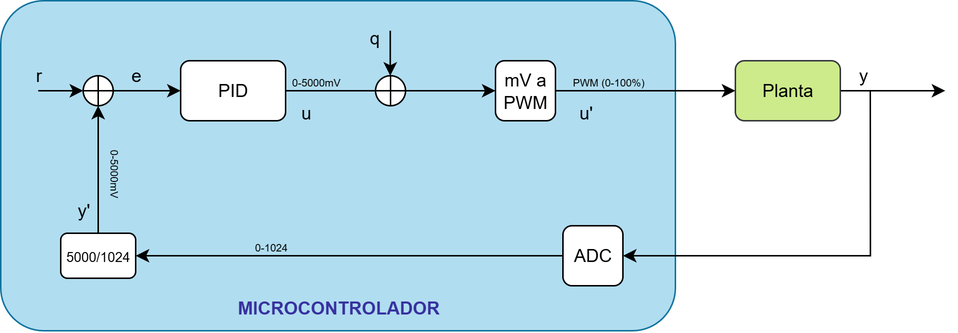
Earlier version of the draw.io export Informe/Esquema codigo.drawio.png (supernach00/TA2-Control-III). Source tidied: cells renumbered, new cells last; positions are measured from the earlier drawing's top-left corner, leaving out a move shared by most shapes. The source it was exported from:
```xml
<mxGraphModel>
  <root>
    <mxCell id="0" />
    <mxCell id="1" parent="0" />
    <mxCell id="2" style="rounded=1;whiteSpace=wrap;html=1;labelBackgroundColor=default;fillColor=#b1ddf0;strokeColor=#10739e;gradientColor=none;fillStyle=auto;arcSize=13;" parent="1" vertex="1">
      <mxGeometry width="450" height="220" as="geometry" />
    </mxCell>
    <mxCell id="3" style="edgeStyle=orthogonalEdgeStyle;rounded=0;jettySize=auto;html=1;" parent="1" edge="1" source="4">
      <mxGeometry relative="1" as="geometry">
        <mxPoint x="630" y="60" as="targetPoint" />
      </mxGeometry>
    </mxCell>
    <mxCell id="4" value="Planta" style="rounded=1;whiteSpace=wrap;html=1;fontSize=12;glass=0;strokeWidth=1;shadow=0;fillColor=#cdeb8b;strokeColor=#36393d;" parent="1" vertex="1">
      <mxGeometry x="490" y="40" width="70" height="40" as="geometry" />
    </mxCell>
    <mxCell id="5" value="ADC" style="rounded=1;whiteSpace=wrap;html=1;fontSize=12;glass=0;strokeWidth=1;shadow=0;" parent="1" vertex="1">
      <mxGeometry x="375" y="150" width="40" height="40" as="geometry" />
    </mxCell>
    <mxCell id="6" value="&lt;font style=&quot;font-size: 9px;&quot;&gt;5000/1024&lt;/font&gt;" style="rounded=1;whiteSpace=wrap;html=1;fontSize=12;glass=0;strokeWidth=1;shadow=0;" parent="1" vertex="1">
      <mxGeometry x="40" y="155" width="50" height="30" as="geometry" />
    </mxCell>
    <mxCell id="7" value="&lt;font&gt;0-1024&lt;/font&gt;" style="text;html=1;align=center;verticalAlign=middle;strokeColor=none;fillColor=none;fontSize=7;" parent="1" vertex="1">
      <mxGeometry x="155" y="155" width="50" height="20" as="geometry" />
    </mxCell>
    <mxCell id="8" style="endArrow=classic;html=1;rounded=0;exitX=0;exitY=0.5;exitDx=0;exitDy=0;entryX=1;entryY=0.5;entryDx=0;entryDy=0;" parent="1" edge="1" source="5" target="6">
      <mxGeometry relative="1" as="geometry" />
    </mxCell>
    <mxCell id="9" value="PID" style="rounded=1;whiteSpace=wrap;html=1;fontSize=12;glass=0;strokeWidth=1;shadow=0;" parent="1" vertex="1">
      <mxGeometry x="120" y="40" width="70" height="40" as="geometry" />
    </mxCell>
    <mxCell id="10" value="&lt;font&gt;u&amp;nbsp;&lt;/font&gt;" style="text;html=1;align=center;verticalAlign=middle;strokeColor=none;fillColor=none;fontSize=12;" parent="1" vertex="1">
      <mxGeometry x="190" y="60" width="30" height="30" as="geometry" />
    </mxCell>
    <mxCell id="11" value="&lt;font&gt;y&lt;/font&gt;" style="text;html=1;align=center;verticalAlign=middle;strokeColor=none;fillColor=none;fontSize=12;" parent="1" vertex="1">
      <mxGeometry x="560" y="35" width="30" height="30" as="geometry" />
    </mxCell>
    <mxCell id="12" style="endArrow=classic;html=1;rounded=0;entryX=0;entryY=0.5;entryDx=0;entryDy=0;" parent="1" edge="1">
      <mxGeometry relative="1" as="geometry">
        <mxPoint x="25" y="60" as="sourcePoint" />
        <mxPoint x="55" y="60" as="targetPoint" />
      </mxGeometry>
    </mxCell>
    <mxCell id="13" value="&lt;font&gt;r&lt;/font&gt;" style="text;html=1;align=center;verticalAlign=middle;strokeColor=none;fillColor=none;fontSize=12;" parent="1" vertex="1">
      <mxGeometry x="10" y="35" width="30" height="30" as="geometry" />
    </mxCell>
    <mxCell id="14" value="MICROCONTROLADOR" style="text;html=1;align=center;verticalAlign=middle;strokeColor=none;fillColor=none;fontColor=light-dark(#3731a0, #bdb2ff);fontStyle=1;" parent="1" vertex="1">
      <mxGeometry x="145" y="190" width="160" height="30" as="geometry" />
    </mxCell>
    <mxCell id="15" style="edgeStyle=orthogonalEdgeStyle;rounded=0;jettySize=auto;html=1;entryX=1;entryY=0.5;entryDx=0;entryDy=0;" parent="1" edge="1" target="5">
      <mxGeometry relative="1" as="geometry">
        <mxPoint x="580" y="60" as="sourcePoint" />
        <Array as="points">
          <mxPoint x="580" y="170" />
        </Array>
      </mxGeometry>
    </mxCell>
    <mxCell id="16" value="&lt;font&gt;0-5000mV&lt;/font&gt;" style="text;html=1;align=center;verticalAlign=middle;strokeColor=none;fillColor=none;fontSize=7;rotation=90;" parent="1" vertex="1">
      <mxGeometry x="45" y="105" width="60" height="20" as="geometry" />
    </mxCell>
    <mxCell id="17" value="&lt;font&gt;y'&lt;/font&gt;" style="text;html=1;align=center;verticalAlign=middle;strokeColor=none;fillColor=none;fontSize=12;" parent="1" vertex="1">
      <mxGeometry x="40" y="125" width="30" height="30" as="geometry" />
    </mxCell>
    <mxCell id="18" value="mV a PWM" style="rounded=1;whiteSpace=wrap;html=1;fontSize=12;glass=0;strokeWidth=1;shadow=0;" parent="1" vertex="1">
      <mxGeometry x="330" y="40" width="40" height="40" as="geometry" />
    </mxCell>
    <mxCell id="19" style="endArrow=classic;html=1;rounded=0;exitX=1;exitY=0.5;exitDx=0;exitDy=0;entryX=0;entryY=0.5;entryDx=0;entryDy=0;" parent="1" edge="1" source="9" target="18">
      <mxGeometry relative="1" as="geometry" />
    </mxCell>
    <mxCell id="20" value="&lt;font&gt;0-5000mV&lt;/font&gt;" style="text;html=1;align=center;verticalAlign=middle;strokeColor=none;fillColor=none;fontSize=7;rotation=0;" parent="1" vertex="1">
      <mxGeometry x="180" y="45" width="60" height="20" as="geometry" />
    </mxCell>
    <mxCell id="21" style="endArrow=classic;html=1;rounded=0;exitX=1;exitY=0.5;exitDx=0;exitDy=0;entryX=0;entryY=0.5;entryDx=0;entryDy=0;" parent="1" edge="1" source="18" target="4">
      <mxGeometry relative="1" as="geometry" />
    </mxCell>
    <mxCell id="22" value="&lt;font&gt;PWM (0-100%)&lt;/font&gt;" style="text;html=1;align=center;verticalAlign=middle;strokeColor=none;fillColor=none;fontSize=7;rotation=0;" parent="1" vertex="1">
      <mxGeometry x="370" y="45" width="70" height="20" as="geometry" />
    </mxCell>
    <mxCell id="23" value="&lt;font&gt;u'&lt;/font&gt;" style="text;html=1;align=center;verticalAlign=middle;strokeColor=none;fillColor=none;fontSize=12;" parent="1" vertex="1">
      <mxGeometry x="375" y="60" width="30" height="30" as="geometry" />
    </mxCell>
    <mxCell id="24" style="shape=orEllipse;perimeter=ellipsePerimeter;whiteSpace=wrap;html=1;backgroundOutline=1;" parent="1" vertex="1">
      <mxGeometry x="55" y="50" width="20" height="20" as="geometry" />
    </mxCell>
    <mxCell id="25" style="endArrow=classic;html=1;rounded=0;entryX=0.5;entryY=1;entryDx=0;entryDy=0;exitX=0.5;exitY=0;exitDx=0;exitDy=0;" parent="1" edge="1" source="6" target="24">
      <mxGeometry relative="1" as="geometry" />
    </mxCell>
    <mxCell id="26" style="endArrow=classic;html=1;rounded=0;exitX=1;exitY=0.5;exitDx=0;exitDy=0;entryX=0;entryY=0.5;entryDx=0;entryDy=0;" parent="1" edge="1" source="24" target="9">
      <mxGeometry relative="1" as="geometry" />
    </mxCell>
    <mxCell id="27" value="&lt;font&gt;e&lt;/font&gt;" style="text;html=1;align=center;verticalAlign=middle;strokeColor=none;fillColor=none;fontSize=12;" parent="1" vertex="1">
      <mxGeometry x="75" y="35" width="30" height="30" as="geometry" />
    </mxCell>
    <mxCell id="28" style="endArrow=classic;html=1;rounded=0;entryX=0.5;entryY=0;entryDx=0;entryDy=0;" parent="1" edge="1">
      <mxGeometry relative="1" as="geometry">
        <mxPoint x="259.8" y="20" as="sourcePoint" />
        <mxPoint x="259.8" y="50" as="targetPoint" />
      </mxGeometry>
    </mxCell>
    <mxCell id="29" value="&lt;font&gt;q&lt;/font&gt;" style="text;html=1;align=center;verticalAlign=middle;strokeColor=none;fillColor=none;fontSize=12;" parent="1" vertex="1">
      <mxGeometry x="234" y="10" width="30" height="30" as="geometry" />
    </mxCell>
    <mxCell id="30" style="shape=orEllipse;perimeter=ellipsePerimeter;whiteSpace=wrap;html=1;backgroundOutline=1;" parent="1" vertex="1">
      <mxGeometry x="250" y="50" width="20" height="20" as="geometry" />
    </mxCell>
  </root>
</mxGraphModel>
```
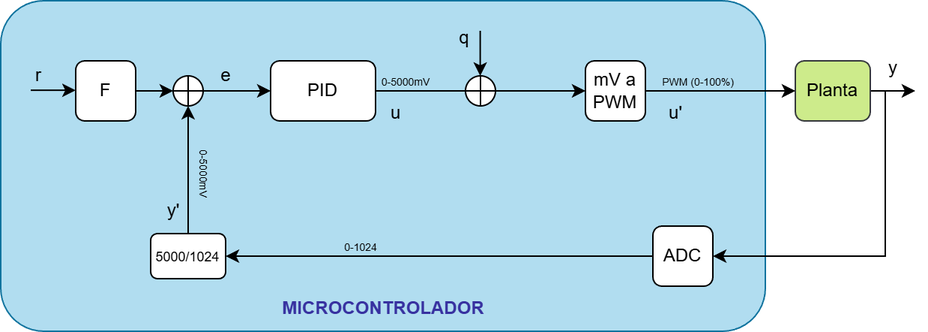
Above is the later version.

What changed in the source:
```diff
@@ -1,106 +1,116 @@
 <mxGraphModel>
   <root>
-    <mxCell id="0" />
-    <mxCell id="1" parent="0" />
-    <mxCell id="2" style="rounded=1;whiteSpace=wrap;html=1;labelBackgroundColor=default;fillColor=#b1ddf0;strokeColor=#10739e;gradientColor=none;fillStyle=auto;arcSize=13;" parent="1" vertex="1">
-      <mxGeometry width="450" height="220" as="geometry" />
-    </mxCell>
-    <mxCell id="3" style="edgeStyle=orthogonalEdgeStyle;rounded=0;jettySize=auto;html=1;" parent="1" edge="1" source="4">
-      <mxGeometry relative="1" as="geometry">
-        <mxPoint x="630" y="60" as="targetPoint" />
-      </mxGeometry>
-    </mxCell>
+    <mxCell id="31" />
+    <mxCell id="32" parent="31" />
+    <mxCell id="33" style="rounded=1;whiteSpace=wrap;html=1;labelBackgroundColor=default;fillColor=#b1ddf0;strokeColor=#10739e;gradientColor=none;fillStyle=auto;arcSize=13;" parent="32" vertex="1">
+      <mxGeometry x="-60" width="510" height="220" as="geometry" />
+    </mxCell>
+    <mxCell id="34" style="edgeStyle=orthogonalEdgeStyle;rounded=0;jettySize=auto;html=1;" parent="32" edge="1" source="4">
+      <mxGeometry relative="1" as="geometry">
+        <mxPoint x="550" y="60" as="targetPoint" />
+      </mxGeometry>
+    </mxCell>
-    <mxCell id="4" value="Planta" style="rounded=1;whiteSpace=wrap;html=1;fontSize=12;glass=0;strokeWidth=1;shadow=0;fillColor=#cdeb8b;strokeColor=#36393d;" parent="1" vertex="1">
-      <mxGeometry x="490" y="40" width="70" height="40" as="geometry" />
+    <mxCell id="4" value="Planta" style="rounded=1;whiteSpace=wrap;html=1;fontSize=12;glass=0;strokeWidth=1;shadow=0;fillColor=#cdeb8b;strokeColor=#36393d;" parent="32" vertex="1">
+      <mxGeometry x="470" y="40" width="50" height="40" as="geometry" />
     </mxCell>
-    <mxCell id="5" value="ADC" style="rounded=1;whiteSpace=wrap;html=1;fontSize=12;glass=0;strokeWidth=1;shadow=0;" parent="1" vertex="1">
+    <mxCell id="5" value="ADC" style="rounded=1;whiteSpace=wrap;html=1;fontSize=12;glass=0;strokeWidth=1;shadow=0;" parent="32" vertex="1">
       <mxGeometry x="375" y="150" width="40" height="40" as="geometry" />
     </mxCell>
-    <mxCell id="6" value="&lt;font style=&quot;font-size: 9px;&quot;&gt;5000/1024&lt;/font&gt;" style="rounded=1;whiteSpace=wrap;html=1;fontSize=12;glass=0;strokeWidth=1;shadow=0;" parent="1" vertex="1">
+    <mxCell id="6" value="&lt;font style=&quot;font-size: 9px;&quot;&gt;5000/1024&lt;/font&gt;" style="rounded=1;whiteSpace=wrap;html=1;fontSize=12;glass=0;strokeWidth=1;shadow=0;" parent="32" vertex="1">
       <mxGeometry x="40" y="155" width="50" height="30" as="geometry" />
     </mxCell>
-    <mxCell id="7" value="&lt;font&gt;0-1024&lt;/font&gt;" style="text;html=1;align=center;verticalAlign=middle;strokeColor=none;fillColor=none;fontSize=7;" parent="1" vertex="1">
+    <mxCell id="7" value="&lt;font&gt;0-1024&lt;/font&gt;" style="text;html=1;align=center;verticalAlign=middle;strokeColor=none;fillColor=none;fontSize=7;" parent="32" vertex="1">
       <mxGeometry x="155" y="155" width="50" height="20" as="geometry" />
     </mxCell>
-    <mxCell id="8" style="endArrow=classic;html=1;rounded=0;exitX=0;exitY=0.5;exitDx=0;exitDy=0;entryX=1;entryY=0.5;entryDx=0;entryDy=0;" parent="1" edge="1" source="5" target="6">
+    <mxCell id="8" style="endArrow=classic;html=1;rounded=0;exitX=0;exitY=0.5;exitDx=0;exitDy=0;entryX=1;entryY=0.5;entryDx=0;entryDy=0;" parent="32" edge="1" source="5" target="6">
       <mxGeometry relative="1" as="geometry" />
     </mxCell>
-    <mxCell id="9" value="PID" style="rounded=1;whiteSpace=wrap;html=1;fontSize=12;glass=0;strokeWidth=1;shadow=0;" parent="1" vertex="1">
+    <mxCell id="9" value="PID" style="rounded=1;whiteSpace=wrap;html=1;fontSize=12;glass=0;strokeWidth=1;shadow=0;" parent="32" vertex="1">
       <mxGeometry x="120" y="40" width="70" height="40" as="geometry" />
     </mxCell>
-    <mxCell id="10" value="&lt;font&gt;u&amp;nbsp;&lt;/font&gt;" style="text;html=1;align=center;verticalAlign=middle;strokeColor=none;fillColor=none;fontSize=12;" parent="1" vertex="1">
+    <mxCell id="10" value="&lt;font&gt;u&amp;nbsp;&lt;/font&gt;" style="text;html=1;align=center;verticalAlign=middle;strokeColor=none;fillColor=none;fontSize=12;" parent="32" vertex="1">
       <mxGeometry x="190" y="60" width="30" height="30" as="geometry" />
     </mxCell>
-    <mxCell id="11" value="&lt;font&gt;y&lt;/font&gt;" style="text;html=1;align=center;verticalAlign=middle;strokeColor=none;fillColor=none;fontSize=12;" parent="1" vertex="1">
-      <mxGeometry x="560" y="35" width="30" height="30" as="geometry" />
+    <mxCell id="11" value="&lt;font&gt;y&lt;/font&gt;" style="text;html=1;align=center;verticalAlign=middle;strokeColor=none;fillColor=none;fontSize=12;" parent="32" vertex="1">
+      <mxGeometry x="520" y="30" width="30" height="30" as="geometry" />
     </mxCell>
-    <mxCell id="12" style="endArrow=classic;html=1;rounded=0;entryX=0;entryY=0.5;entryDx=0;entryDy=0;" parent="1" edge="1">
-      <mxGeometry relative="1" as="geometry">
-        <mxPoint x="25" y="60" as="sourcePoint" />
-        <mxPoint x="55" y="60" as="targetPoint" />
-      </mxGeometry>
-    </mxCell>
+    <mxCell id="35" style="endArrow=classic;html=1;rounded=0;entryX=0;entryY=0.5;entryDx=0;entryDy=0;" parent="32" edge="1">
+      <mxGeometry relative="1" as="geometry">
+        <mxPoint x="25" y="60" as="sourcePoint" />
+        <mxPoint x="55" y="60" as="targetPoint" />
+      </mxGeometry>
+    </mxCell>
-    <mxCell id="13" value="&lt;font&gt;r&lt;/font&gt;" style="text;html=1;align=center;verticalAlign=middle;strokeColor=none;fillColor=none;fontSize=12;" parent="1" vertex="1">
-      <mxGeometry x="10" y="35" width="30" height="30" as="geometry" />
+    <mxCell id="13" value="&lt;font&gt;r&lt;/font&gt;" style="text;html=1;align=center;verticalAlign=middle;strokeColor=none;fillColor=none;fontSize=12;" parent="32" vertex="1">
+      <mxGeometry x="-50" y="35" width="30" height="30" as="geometry" />
     </mxCell>
-    <mxCell id="14" value="MICROCONTROLADOR" style="text;html=1;align=center;verticalAlign=middle;strokeColor=none;fillColor=none;fontColor=light-dark(#3731a0, #bdb2ff);fontStyle=1;" parent="1" vertex="1">
-      <mxGeometry x="145" y="190" width="160" height="30" as="geometry" />
+    <mxCell id="14" value="MICROCONTROLADOR" style="text;html=1;align=center;verticalAlign=middle;strokeColor=none;fillColor=none;fontColor=light-dark(#3731a0, #bdb2ff);fontStyle=1;" parent="32" vertex="1">
+      <mxGeometry x="115" y="190" width="160" height="30" as="geometry" />
     </mxCell>
-    <mxCell id="15" style="edgeStyle=orthogonalEdgeStyle;rounded=0;jettySize=auto;html=1;entryX=1;entryY=0.5;entryDx=0;entryDy=0;" parent="1" edge="1" target="5">
-      <mxGeometry relative="1" as="geometry">
-        <mxPoint x="580" y="60" as="sourcePoint" />
-        <Array as="points">
-          <mxPoint x="580" y="170" />
-        </Array>
-      </mxGeometry>
-    </mxCell>
+    <mxCell id="36" style="edgeStyle=orthogonalEdgeStyle;rounded=0;jettySize=auto;html=1;entryX=1;entryY=0.5;entryDx=0;entryDy=0;" parent="32" edge="1" target="5">
+      <mxGeometry relative="1" as="geometry">
+        <mxPoint x="530" y="60" as="sourcePoint" />
+        <Array as="points">
+          <mxPoint x="530" y="60" />
+          <mxPoint x="530" y="170" />
+        </Array>
+      </mxGeometry>
+    </mxCell>
-    <mxCell id="16" value="&lt;font&gt;0-5000mV&lt;/font&gt;" style="text;html=1;align=center;verticalAlign=middle;strokeColor=none;fillColor=none;fontSize=7;rotation=90;" parent="1" vertex="1">
+    <mxCell id="16" value="&lt;font&gt;0-5000mV&lt;/font&gt;" style="text;html=1;align=center;verticalAlign=middle;strokeColor=none;fillColor=none;fontSize=7;rotation=90;" parent="32" vertex="1">
       <mxGeometry x="45" y="105" width="60" height="20" as="geometry" />
     </mxCell>
-    <mxCell id="17" value="&lt;font&gt;y'&lt;/font&gt;" style="text;html=1;align=center;verticalAlign=middle;strokeColor=none;fillColor=none;fontSize=12;" parent="1" vertex="1">
+    <mxCell id="17" value="&lt;font&gt;y'&lt;/font&gt;" style="text;html=1;align=center;verticalAlign=middle;strokeColor=none;fillColor=none;fontSize=12;" parent="32" vertex="1">
       <mxGeometry x="40" y="125" width="30" height="30" as="geometry" />
     </mxCell>
-    <mxCell id="18" value="mV a PWM" style="rounded=1;whiteSpace=wrap;html=1;fontSize=12;glass=0;strokeWidth=1;shadow=0;" parent="1" vertex="1">
+    <mxCell id="18" value="mV a PWM" style="rounded=1;whiteSpace=wrap;html=1;fontSize=12;glass=0;strokeWidth=1;shadow=0;" parent="32" vertex="1">
       <mxGeometry x="330" y="40" width="40" height="40" as="geometry" />
     </mxCell>
-    <mxCell id="19" style="endArrow=classic;html=1;rounded=0;exitX=1;exitY=0.5;exitDx=0;exitDy=0;entryX=0;entryY=0.5;entryDx=0;entryDy=0;" parent="1" edge="1" source="9" target="18">
+    <mxCell id="19" style="endArrow=classic;html=1;rounded=0;exitX=1;exitY=0.5;exitDx=0;exitDy=0;entryX=0;entryY=0.5;entryDx=0;entryDy=0;" parent="32" edge="1" source="9" target="18">
       <mxGeometry relative="1" as="geometry" />
     </mxCell>
-    <mxCell id="20" value="&lt;font&gt;0-5000mV&lt;/font&gt;" style="text;html=1;align=center;verticalAlign=middle;strokeColor=none;fillColor=none;fontSize=7;rotation=0;" parent="1" vertex="1">
+    <mxCell id="20" value="&lt;font&gt;0-5000mV&lt;/font&gt;" style="text;html=1;align=center;verticalAlign=middle;strokeColor=none;fillColor=none;fontSize=7;rotation=0;" parent="32" vertex="1">
       <mxGeometry x="180" y="45" width="60" height="20" as="geometry" />
     </mxCell>
-    <mxCell id="21" style="endArrow=classic;html=1;rounded=0;exitX=1;exitY=0.5;exitDx=0;exitDy=0;entryX=0;entryY=0.5;entryDx=0;entryDy=0;" parent="1" edge="1" source="18" target="4">
+    <mxCell id="21" style="endArrow=classic;html=1;rounded=0;exitX=1;exitY=0.5;exitDx=0;exitDy=0;entryX=0;entryY=0.5;entryDx=0;entryDy=0;" parent="32" edge="1" source="18" target="4">
       <mxGeometry relative="1" as="geometry" />
     </mxCell>
-    <mxCell id="22" value="&lt;font&gt;PWM (0-100%)&lt;/font&gt;" style="text;html=1;align=center;verticalAlign=middle;strokeColor=none;fillColor=none;fontSize=7;rotation=0;" parent="1" vertex="1">
+    <mxCell id="22" value="&lt;font&gt;PWM (0-100%)&lt;/font&gt;" style="text;html=1;align=center;verticalAlign=middle;strokeColor=none;fillColor=none;fontSize=7;rotation=0;" parent="32" vertex="1">
       <mxGeometry x="370" y="45" width="70" height="20" as="geometry" />
     </mxCell>
-    <mxCell id="23" value="&lt;font&gt;u'&lt;/font&gt;" style="text;html=1;align=center;verticalAlign=middle;strokeColor=none;fillColor=none;fontSize=12;" parent="1" vertex="1">
+    <mxCell id="23" value="&lt;font&gt;u'&lt;/font&gt;" style="text;html=1;align=center;verticalAlign=middle;strokeColor=none;fillColor=none;fontSize=12;" parent="32" vertex="1">
       <mxGeometry x="375" y="60" width="30" height="30" as="geometry" />
     </mxCell>
-    <mxCell id="24" style="shape=orEllipse;perimeter=ellipsePerimeter;whiteSpace=wrap;html=1;backgroundOutline=1;" parent="1" vertex="1">
+    <mxCell id="24" style="shape=orEllipse;perimeter=ellipsePerimeter;whiteSpace=wrap;html=1;backgroundOutline=1;" parent="32" vertex="1">
       <mxGeometry x="55" y="50" width="20" height="20" as="geometry" />
     </mxCell>
-    <mxCell id="25" style="endArrow=classic;html=1;rounded=0;entryX=0.5;entryY=1;entryDx=0;entryDy=0;exitX=0.5;exitY=0;exitDx=0;exitDy=0;" parent="1" edge="1" source="6" target="24">
+    <mxCell id="25" style="endArrow=classic;html=1;rounded=0;entryX=0.5;entryY=1;entryDx=0;entryDy=0;exitX=0.5;exitY=0;exitDx=0;exitDy=0;" parent="32" edge="1" source="6" target="24">
       <mxGeometry relative="1" as="geometry" />
     </mxCell>
-    <mxCell id="26" style="endArrow=classic;html=1;rounded=0;exitX=1;exitY=0.5;exitDx=0;exitDy=0;entryX=0;entryY=0.5;entryDx=0;entryDy=0;" parent="1" edge="1" source="24" target="9">
+    <mxCell id="26" style="endArrow=classic;html=1;rounded=0;exitX=1;exitY=0.5;exitDx=0;exitDy=0;entryX=0;entryY=0.5;entryDx=0;entryDy=0;" parent="32" edge="1" source="24" target="9">
       <mxGeometry relative="1" as="geometry" />
     </mxCell>
-    <mxCell id="27" value="&lt;font&gt;e&lt;/font&gt;" style="text;html=1;align=center;verticalAlign=middle;strokeColor=none;fillColor=none;fontSize=12;" parent="1" vertex="1">
+    <mxCell id="27" value="&lt;font&gt;e&lt;/font&gt;" style="text;html=1;align=center;verticalAlign=middle;strokeColor=none;fillColor=none;fontSize=12;" parent="32" vertex="1">
       <mxGeometry x="75" y="35" width="30" height="30" as="geometry" />
     </mxCell>
-    <mxCell id="28" style="endArrow=classic;html=1;rounded=0;entryX=0.5;entryY=0;entryDx=0;entryDy=0;" parent="1" edge="1">
-      <mxGeometry relative="1" as="geometry">
-        <mxPoint x="259.8" y="20" as="sourcePoint" />
-        <mxPoint x="259.8" y="50" as="targetPoint" />
-      </mxGeometry>
-    </mxCell>
+    <mxCell id="37" style="endArrow=classic;html=1;rounded=0;entryX=0.5;entryY=0;entryDx=0;entryDy=0;" parent="32" edge="1">
+      <mxGeometry relative="1" as="geometry">
+        <mxPoint x="259.8" y="20" as="sourcePoint" />
+        <mxPoint x="259.8" y="50" as="targetPoint" />
+      </mxGeometry>
+    </mxCell>
-    <mxCell id="29" value="&lt;font&gt;q&lt;/font&gt;" style="text;html=1;align=center;verticalAlign=middle;strokeColor=none;fillColor=none;fontSize=12;" parent="1" vertex="1">
+    <mxCell id="29" value="&lt;font&gt;q&lt;/font&gt;" style="text;html=1;align=center;verticalAlign=middle;strokeColor=none;fillColor=none;fontSize=12;" parent="32" vertex="1">
       <mxGeometry x="234" y="10" width="30" height="30" as="geometry" />
     </mxCell>
-    <mxCell id="30" style="shape=orEllipse;perimeter=ellipsePerimeter;whiteSpace=wrap;html=1;backgroundOutline=1;" parent="1" vertex="1">
+    <mxCell id="30" style="shape=orEllipse;perimeter=ellipsePerimeter;whiteSpace=wrap;html=1;backgroundOutline=1;" parent="32" vertex="1">
       <mxGeometry x="250" y="50" width="20" height="20" as="geometry" />
     </mxCell>
+    <mxCell id="38" value="F" style="rounded=1;whiteSpace=wrap;html=1;fontSize=12;glass=0;strokeWidth=1;shadow=0;" parent="32" vertex="1">
+      <mxGeometry x="-10" y="40" width="40" height="40" as="geometry" />
+    </mxCell>
+    <mxCell id="39" style="endArrow=classic;html=1;rounded=0;entryX=0;entryY=0.5;entryDx=0;entryDy=0;" parent="32" edge="1">
+      <mxGeometry relative="1" as="geometry">
+        <mxPoint x="-40" y="59.6" as="sourcePoint" />
+        <mxPoint x="-10" y="59.6" as="targetPoint" />
+      </mxGeometry>
+    </mxCell>
   </root>
 </mxGraphModel>
```
